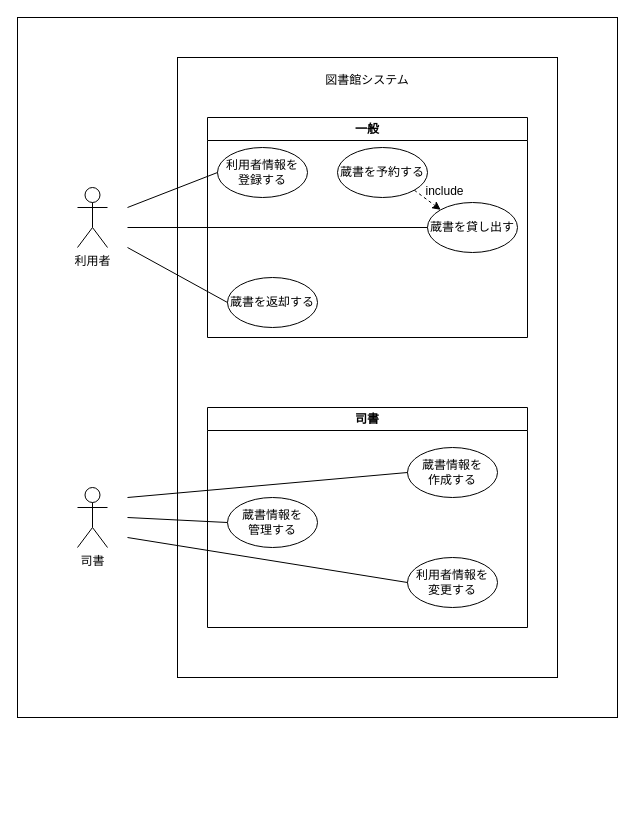
Earlier version of the draw.io diagram ユースケース図/liblaly_ユースケース図.drawio (lc-lor-lcb/liblary). Source tidied: cells renumbered, new cells numbered last; positions are measured from the earlier drawing's top-left corner, leaving out a move shared by most shapes. Both pictures are drawn from the tidied source at 100%, with x=0, y=0 at pixel (17, 17).
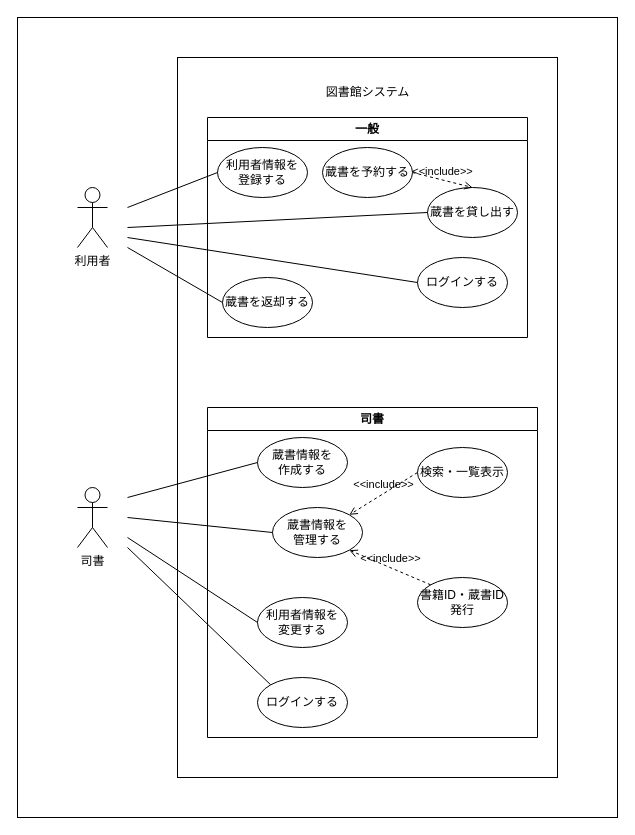
The same diagram, later.

The change refers to these unchanged cells:
```xml
<mxCell id="6" value="一般" style="swimlane;whiteSpace=wrap;html=1;" parent="1" vertex="1">
  <mxGeometry x="190" y="100" width="320" height="220" as="geometry" />
</mxCell>
```

What changed in the source:
```diff
@@
     <mxCell id="2" style="rounded=0;whiteSpace=wrap;html=1;" parent="1" vertex="1">
-      <mxGeometry width="600" height="700" as="geometry" />
+      <mxGeometry width="600" height="800" as="geometry" />
     </mxCell>
@@
-    <mxCell id="5" value="&lt;div&gt;&lt;br&gt;&lt;/div&gt;&lt;div&gt;図書館システム&lt;/div&gt;&lt;div&gt;&lt;br&gt;&lt;/div&gt;&lt;div&gt;&lt;br&gt;&lt;/div&gt;&lt;div&gt;&lt;br&gt;&lt;/div&gt;&lt;div&gt;&lt;br&gt;&lt;/div&gt;&lt;div&gt;&lt;br&gt;&lt;/div&gt;&lt;div&gt;&lt;br&gt;&lt;/div&gt;&lt;div&gt;&lt;br&gt;&lt;/div&gt;&lt;div&gt;&lt;br&gt;&lt;/div&gt;&lt;div&gt;&lt;br&gt;&lt;/div&gt;&lt;div&gt;&lt;br&gt;&lt;/div&gt;&lt;div&gt;&lt;br&gt;&lt;/div&gt;&lt;div&gt;&lt;br&gt;&lt;/div&gt;&lt;div&gt;&lt;br&gt;&lt;/div&gt;&lt;div&gt;&lt;br&gt;&lt;/div&gt;&lt;div&gt;&lt;br&gt;&lt;/div&gt;&lt;div&gt;&lt;br&gt;&lt;/div&gt;&lt;div&gt;&lt;br&gt;&lt;/div&gt;&lt;div&gt;&lt;br&gt;&lt;/div&gt;&lt;div&gt;&lt;br&gt;&lt;/div&gt;&lt;div&gt;&lt;br&gt;&lt;/div&gt;&lt;div&gt;&lt;br&gt;&lt;/div&gt;&lt;div&gt;&lt;br&gt;&lt;/div&gt;&lt;div&gt;&lt;br&gt;&lt;/div&gt;&lt;div&gt;&lt;br&gt;&lt;/div&gt;&lt;div&gt;&lt;br&gt;&lt;/div&gt;&lt;div&gt;&lt;br&gt;&lt;/div&gt;&lt;div&gt;&lt;br&gt;&lt;/div&gt;&lt;div&gt;&lt;br&gt;&lt;/div&gt;&lt;div&gt;&lt;br&gt;&lt;/div&gt;&lt;div&gt;&lt;br&gt;&lt;/div&gt;&lt;div&gt;&lt;br&gt;&lt;/div&gt;&lt;div&gt;&lt;br&gt;&lt;/div&gt;&lt;div&gt;&lt;br&gt;&lt;/div&gt;&lt;div&gt;&lt;br&gt;&lt;/div&gt;&lt;div&gt;&lt;br&gt;&lt;/div&gt;&lt;div&gt;&lt;br&gt;&lt;/div&gt;&lt;div&gt;&lt;br&gt;&lt;/div&gt;&lt;div&gt;&lt;br&gt;&lt;/div&gt;&lt;div&gt;&lt;br&gt;&lt;/div&gt;&lt;div&gt;&lt;br&gt;&lt;/div&gt;&lt;div&gt;&lt;br&gt;&lt;/div&gt;" style="rounded=0;whiteSpace=wrap;html=1;" parent="1" vertex="1">
-      <mxGeometry x="160" y="40" width="380" height="620" as="geometry" />
+    <mxCell id="5" value="&lt;div&gt;&lt;br&gt;&lt;/div&gt;" style="rounded=0;whiteSpace=wrap;html=1;" parent="1" vertex="1">
+      <mxGeometry x="160" y="40" width="380" height="720" as="geometry" />
     </mxCell>
@@
     <mxCell id="7" value="蔵書を予約する" style="ellipse;whiteSpace=wrap;html=1;" parent="6" vertex="1">
-      <mxGeometry x="130" y="30" width="90" height="50" as="geometry" />
+      <mxGeometry x="115" y="30" width="90" height="50" as="geometry" />
     </mxCell>
     <mxCell id="8" value="蔵書を返却する" style="ellipse;whiteSpace=wrap;html=1;" parent="6" vertex="1">
-      <mxGeometry x="20" y="160" width="90" height="50" as="geometry" />
+      <mxGeometry x="15" y="160" width="90" height="50" as="geometry" />
     </mxCell>
     <mxCell id="9" value="蔵書を貸し出す" style="ellipse;whiteSpace=wrap;html=1;" parent="6" vertex="1">
-      <mxGeometry x="220" y="85" width="90" height="50" as="geometry" />
+      <mxGeometry x="220" y="70" width="90" height="50" as="geometry" />
     </mxCell>
-    <mxCell id="10" value="include" style="text;html=1;align=center;verticalAlign=middle;strokeColor=none;fillColor=none;" parent="6" vertex="1">
-      <mxGeometry x="207" y="59" width="60" height="30" as="geometry" />
-    </mxCell>
@@
+    <mxCell id="23" value="図書館システム" style="text;html=1;align=center;verticalAlign=middle;strokeColor=none;fillColor=none;" parent="6" vertex="1">
+      <mxGeometry x="105" y="-40" width="110" height="30" as="geometry" />
+    </mxCell>
-    <mxCell id="12" style="endArrow=classic;html=1;exitX=1;exitY=1;exitDx=0;exitDy=0;dashed=1;entryX=0;entryY=0;entryDx=0;entryDy=0;" parent="6" edge="1" source="7" target="9">
+    <mxCell id="12" value="&amp;lt;&amp;lt;include&amp;gt;&amp;gt;" style="html=1;verticalAlign=bottom;labelBackgroundColor=none;endArrow=open;endFill=0;dashed=1;exitX=1;exitY=0.5;exitDx=0;exitDy=0;entryX=0.5;entryY=0;entryDx=0;entryDy=0;" parent="6" edge="1" source="7" target="9">
       <mxGeometry relative="1" as="geometry" />
     </mxCell>
     <mxCell id="13" value="司書" style="swimlane;whiteSpace=wrap;html=1;" parent="1" vertex="1">
-      <mxGeometry x="190" y="390" width="320" height="220" as="geometry" />
+      <mxGeometry x="190" y="390" width="330" height="330" as="geometry" />
     </mxCell>
     <mxCell id="14" value="利用者情報を&lt;br&gt;変更する" style="ellipse;whiteSpace=wrap;html=1;" parent="13" vertex="1">
-      <mxGeometry x="200" y="150" width="90" height="50" as="geometry" />
+      <mxGeometry x="50" y="190" width="90" height="50" as="geometry" />
     </mxCell>
+    <mxCell id="19" value="蔵書情報を&lt;br&gt;管理する" style="ellipse;whiteSpace=wrap;html=1;" parent="13" vertex="1">
+      <mxGeometry x="65" y="100" width="90" height="50" as="geometry" />
+    </mxCell>
-    <mxCell id="15" value="蔵書情報を&lt;br&gt;作成する" style="ellipse;whiteSpace=wrap;html=1;" parent="1" vertex="1">
-      <mxGeometry x="390" y="430" width="90" height="50" as="geometry" />
+    <mxCell id="15" value="蔵書情報を&lt;br&gt;作成する" style="ellipse;whiteSpace=wrap;html=1;" parent="13" vertex="1">
+      <mxGeometry x="50" y="30" width="90" height="50" as="geometry" />
     </mxCell>
+    <mxCell id="24" value="検索・一覧表示" style="ellipse;whiteSpace=wrap;html=1;" parent="13" vertex="1">
+      <mxGeometry x="210" y="40" width="90" height="50" as="geometry" />
+    </mxCell>
+    <mxCell id="25" value="&amp;lt;&amp;lt;include&amp;gt;&amp;gt;" style="html=1;verticalAlign=bottom;labelBackgroundColor=none;endArrow=open;endFill=0;dashed=1;entryX=1;entryY=0;entryDx=0;entryDy=0;exitX=0;exitY=0.5;exitDx=0;exitDy=0;" parent="13" edge="1" source="24" target="19">
+      <mxGeometry relative="1" as="geometry" />
+    </mxCell>
+    <mxCell id="26" value="ログインする" style="ellipse;whiteSpace=wrap;html=1;" parent="13" vertex="1">
+      <mxGeometry x="50" y="270" width="90" height="50" as="geometry" />
+    </mxCell>
+    <mxCell id="27" value="書籍ID・蔵書ID&lt;br&gt;発行" style="ellipse;whiteSpace=wrap;html=1;" parent="13" vertex="1">
+      <mxGeometry x="210" y="170" width="90" height="50" as="geometry" />
+    </mxCell>
+    <mxCell id="28" value="&amp;lt;&amp;lt;include&amp;gt;&amp;gt;" style="html=1;verticalAlign=bottom;labelBackgroundColor=none;endArrow=open;endFill=0;dashed=1;entryX=1;entryY=1;entryDx=0;entryDy=0;exitX=0;exitY=0;exitDx=0;exitDy=0;" parent="13" edge="1" source="27" target="19">
+      <mxGeometry relative="1" as="geometry" />
+    </mxCell>
@@
-    <mxCell id="17" style="endArrow=none;html=1;entryX=0;entryY=0.5;entryDx=0;entryDy=0;" parent="1" edge="1">
+    <mxCell id="17" style="endArrow=none;html=1;entryX=0;entryY=0.5;entryDx=0;entryDy=0;" parent="1" edge="1" target="19">
       <mxGeometry relative="1" as="geometry">
         <mxPoint x="110" y="500" as="sourcePoint" />
-        <mxPoint x="210" y="505" as="targetPoint" />
       </mxGeometry>
     </mxCell>
@@
-    <mxCell id="19" value="蔵書情報を&lt;br&gt;管理する" style="ellipse;whiteSpace=wrap;html=1;" parent="1" vertex="1">
-      <mxGeometry x="210" y="480" width="90" height="50" as="geometry" />
-    </mxCell>
@@
+    <mxCell id="29" value="ログインする" style="ellipse;whiteSpace=wrap;html=1;" parent="1" vertex="1">
+      <mxGeometry x="400" y="240" width="90" height="50" as="geometry" />
+    </mxCell>
+    <mxCell id="30" style="endArrow=none;html=1;entryX=0;entryY=0.5;entryDx=0;entryDy=0;" parent="1" edge="1" target="29">
+      <mxGeometry relative="1" as="geometry">
+        <mxPoint x="110" y="220" as="sourcePoint" />
+      </mxGeometry>
+    </mxCell>
+    <mxCell id="31" style="endArrow=none;html=1;exitX=0;exitY=0;exitDx=0;exitDy=0;" parent="1" edge="1" source="26">
+      <mxGeometry relative="1" as="geometry">
+        <mxPoint x="110" y="530" as="targetPoint" />
+      </mxGeometry>
+    </mxCell>
```
